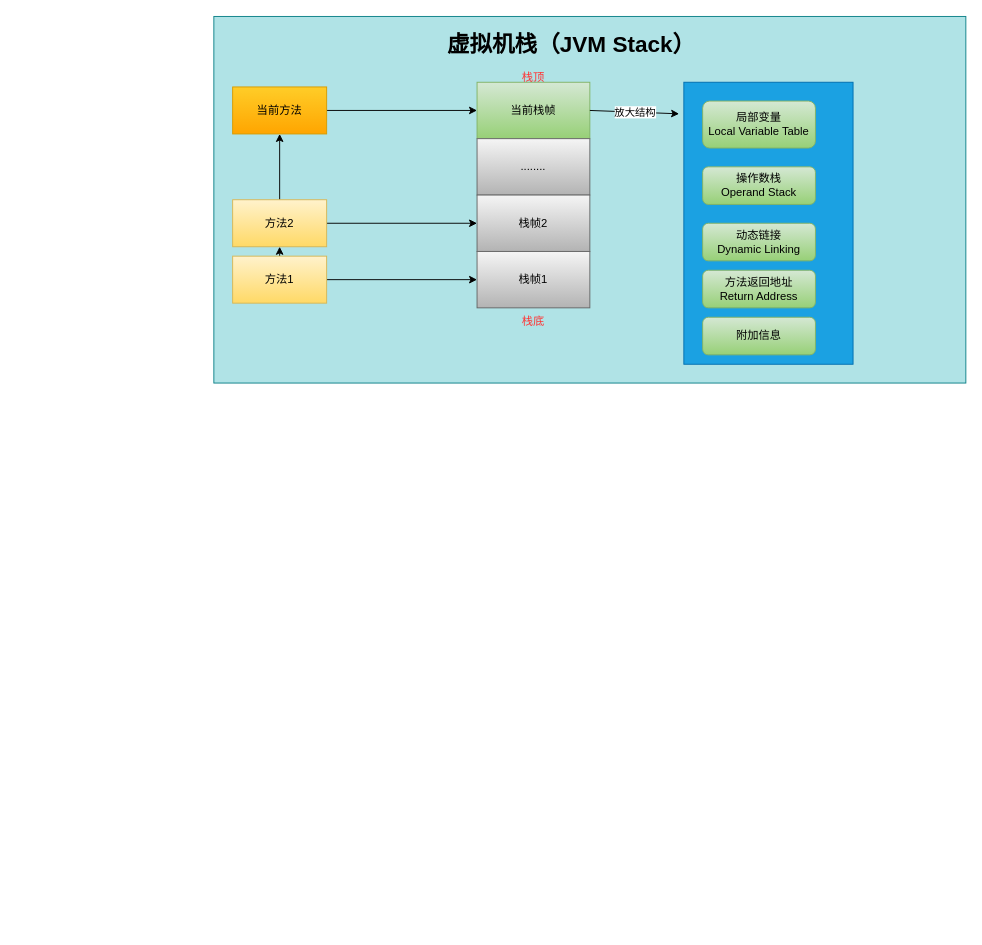
The draw.io diagram 虚拟机栈.drawio in linbingxing/mind, before the edit. Source tidied: cells renumbered, new cells numbered last; positions are measured from the earlier drawing's top-left corner, leaving out a move shared by most shapes. Both pictures are drawn from the tidied source at 94%, with x=0, y=0 at pixel (213, 16).
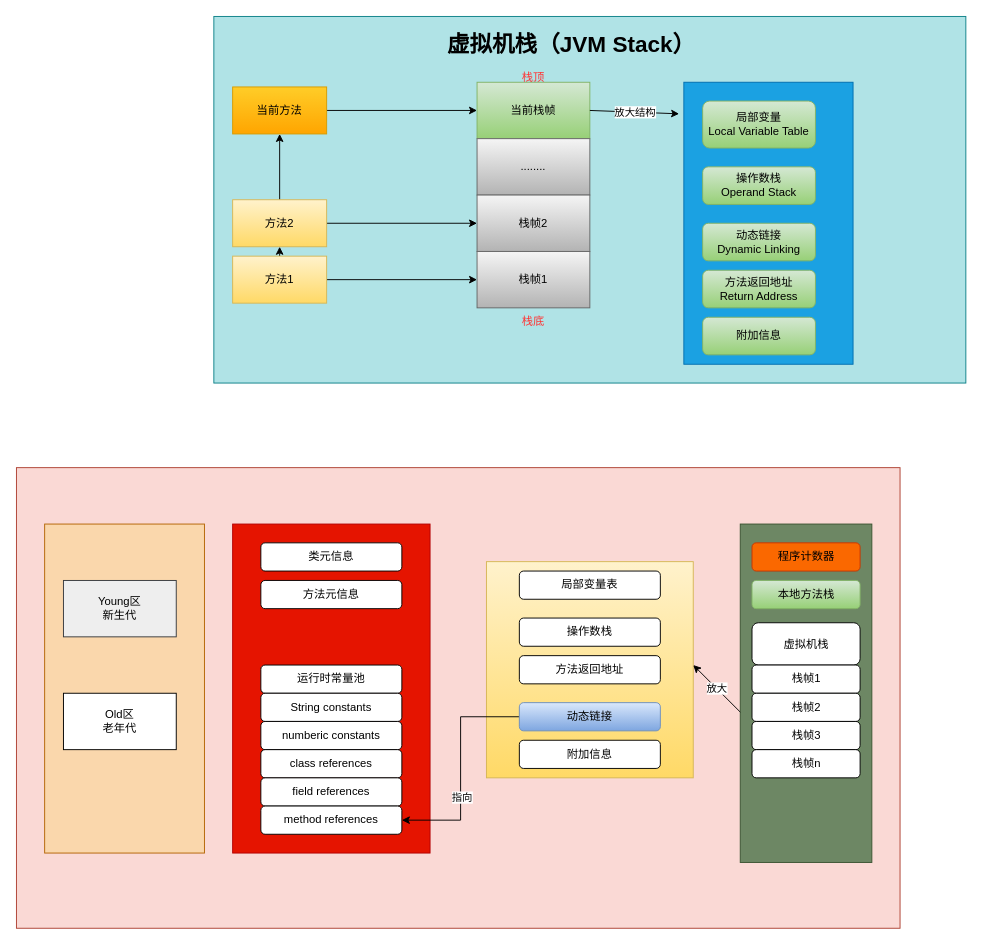
After the change.

Commit message:
更新虚拟机栈.drawio

Diff of the diagram source:
```diff
@@
+    <mxCell id="25" style="rounded=0;whiteSpace=wrap;html=1;fillColor=#fad9d5;strokeColor=#ae4132;" parent="1" vertex="1">
+      <mxGeometry x="-210" y="480" width="940" height="490" as="geometry" />
+    </mxCell>
+    <mxCell id="26" style="rounded=0;whiteSpace=wrap;html=1;fillColor=#fad7ac;strokeColor=#b46504;" parent="1" vertex="1">
+      <mxGeometry x="-180" y="540" width="170" height="350" as="geometry" />
+    </mxCell>
+    <mxCell id="27" value="Young区&lt;br&gt;新生代" style="rounded=0;whiteSpace=wrap;html=1;fillColor=#eeeeee;strokeColor=#36393d;" parent="1" vertex="1">
+      <mxGeometry x="-160" y="600" width="120" height="60" as="geometry" />
+    </mxCell>
+    <mxCell id="28" value="Old区&lt;br&gt;老年代" style="rounded=0;whiteSpace=wrap;html=1;" parent="1" vertex="1">
+      <mxGeometry x="-160" y="720" width="120" height="60" as="geometry" />
+    </mxCell>
+    <mxCell id="29" style="rounded=0;whiteSpace=wrap;html=1;fontColor=#ffffff;fillColor=#e51400;strokeColor=#B20000;" parent="1" vertex="1">
+      <mxGeometry x="20" y="540" width="210" height="350" as="geometry" />
+    </mxCell>
+    <mxCell id="30" style="rounded=0;whiteSpace=wrap;html=1;fillColor=#fff2cc;gradientColor=#ffd966;strokeColor=#d6b656;" parent="1" vertex="1">
+      <mxGeometry x="290" y="580" width="220" height="230" as="geometry" />
+    </mxCell>
+    <mxCell id="31" style="rounded=0;whiteSpace=wrap;html=1;fontColor=#ffffff;fillColor=#6d8764;strokeColor=#3A5431;" parent="1" vertex="1">
+      <mxGeometry x="560" y="540" width="140" height="360" as="geometry" />
+    </mxCell>
+    <mxCell id="32" value="类元信息" style="rounded=1;whiteSpace=wrap;html=1;fontColor=#000000;" parent="1" vertex="1">
+      <mxGeometry x="50" y="560" width="150" height="30" as="geometry" />
+    </mxCell>
+    <mxCell id="33" value="方法元信息" style="rounded=1;whiteSpace=wrap;html=1;fontColor=#000000;" parent="1" vertex="1">
+      <mxGeometry x="50" y="600" width="150" height="30" as="geometry" />
+    </mxCell>
+    <mxCell id="34" value="运行时常量池" style="rounded=1;whiteSpace=wrap;html=1;fontColor=#000000;" parent="1" vertex="1">
+      <mxGeometry x="50" y="690" width="150" height="30" as="geometry" />
+    </mxCell>
+    <mxCell id="35" value="String constants" style="rounded=1;whiteSpace=wrap;html=1;fontColor=#000000;" parent="1" vertex="1">
+      <mxGeometry x="50" y="720" width="150" height="30" as="geometry" />
+    </mxCell>
+    <mxCell id="36" value="numberic constants" style="rounded=1;whiteSpace=wrap;html=1;fontColor=#000000;" parent="1" vertex="1">
+      <mxGeometry x="50" y="750" width="150" height="30" as="geometry" />
+    </mxCell>
+    <mxCell id="37" value="class references" style="rounded=1;whiteSpace=wrap;html=1;fontColor=#000000;" parent="1" vertex="1">
+      <mxGeometry x="50" y="780" width="150" height="30" as="geometry" />
+    </mxCell>
+    <mxCell id="38" value="field references" style="rounded=1;whiteSpace=wrap;html=1;fontColor=#000000;" parent="1" vertex="1">
+      <mxGeometry x="50" y="810" width="150" height="30" as="geometry" />
+    </mxCell>
+    <mxCell id="39" value="method references" style="rounded=1;whiteSpace=wrap;html=1;fontColor=#000000;" parent="1" vertex="1">
+      <mxGeometry x="50" y="840" width="150" height="30" as="geometry" />
+    </mxCell>
+    <mxCell id="40" value="局部变量表" style="rounded=1;whiteSpace=wrap;html=1;fontColor=#000000;" parent="1" vertex="1">
+      <mxGeometry x="325" y="590" width="150" height="30" as="geometry" />
+    </mxCell>
+    <mxCell id="41" value="操作数栈" style="rounded=1;whiteSpace=wrap;html=1;fontColor=#000000;" parent="1" vertex="1">
+      <mxGeometry x="325" y="640" width="150" height="30" as="geometry" />
+    </mxCell>
+    <mxCell id="42" value="方法返回地址" style="rounded=1;whiteSpace=wrap;html=1;fontColor=#000000;" parent="1" vertex="1">
+      <mxGeometry x="325" y="680" width="150" height="30" as="geometry" />
+    </mxCell>
+    <mxCell id="43" style="edgeStyle=orthogonalEdgeStyle;rounded=0;jettySize=auto;html=1;exitX=0;exitY=0.5;exitDx=0;exitDy=0;entryX=1;entryY=0.5;entryDx=0;entryDy=0;fontColor=#000000;" parent="1" edge="1" source="45" target="39">
+      <mxGeometry relative="1" as="geometry" />
+    </mxCell>
+    <mxCell id="44" value="指向" style="edgeLabel;html=1;align=center;verticalAlign=middle;fontColor=#000000;" parent="43" vertex="1">
+      <mxGeometry x="0.25" y="1" relative="1" as="geometry">
+        <mxPoint y="1" as="offset" />
+      </mxGeometry>
+    </mxCell>
+    <mxCell id="45" value="动态链接" style="rounded=1;whiteSpace=wrap;html=1;fillColor=#dae8fc;gradientColor=#7ea6e0;strokeColor=#6c8ebf;" parent="1" vertex="1">
+      <mxGeometry x="325" y="730" width="150" height="30" as="geometry" />
+    </mxCell>
+    <mxCell id="46" value="附加信息" style="rounded=1;whiteSpace=wrap;html=1;fontColor=#000000;" parent="1" vertex="1">
+      <mxGeometry x="325" y="770" width="150" height="30" as="geometry" />
+    </mxCell>
+    <mxCell id="47" value="程序计数器" style="rounded=1;whiteSpace=wrap;html=1;fontColor=#000000;fillColor=#fa6800;strokeColor=#C73500;" parent="1" vertex="1">
+      <mxGeometry x="572.5" y="560" width="115" height="30" as="geometry" />
+    </mxCell>
+    <mxCell id="48" value="本地方法栈" style="rounded=1;whiteSpace=wrap;html=1;fillColor=#d5e8d4;gradientColor=#97d077;strokeColor=#82b366;" parent="1" vertex="1">
+      <mxGeometry x="572.5" y="600" width="115" height="30" as="geometry" />
+    </mxCell>
+    <mxCell id="49" value="虚拟机栈" style="rounded=1;whiteSpace=wrap;html=1;fontColor=#000000;" parent="1" vertex="1">
+      <mxGeometry x="572.5" y="645" width="115" height="45" as="geometry" />
+    </mxCell>
+    <mxCell id="50" value="栈帧1" style="rounded=1;whiteSpace=wrap;html=1;fontColor=#000000;" parent="1" vertex="1">
+      <mxGeometry x="572.5" y="690" width="115" height="30" as="geometry" />
+    </mxCell>
+    <mxCell id="51" value="栈帧2" style="rounded=1;whiteSpace=wrap;html=1;fontColor=#000000;" parent="1" vertex="1">
+      <mxGeometry x="572.5" y="720" width="115" height="30" as="geometry" />
+    </mxCell>
+    <mxCell id="52" value="栈帧3" style="rounded=1;whiteSpace=wrap;html=1;fontColor=#000000;" parent="1" vertex="1">
+      <mxGeometry x="572.5" y="750" width="115" height="30" as="geometry" />
+    </mxCell>
+    <mxCell id="53" value="栈帧n" style="rounded=1;whiteSpace=wrap;html=1;fontColor=#000000;" parent="1" vertex="1">
+      <mxGeometry x="572.5" y="780" width="115" height="30" as="geometry" />
+    </mxCell>
+    <mxCell id="54" value="放大" style="endArrow=classic;html=1;rounded=0;fontColor=#000000;" parent="1" edge="1">
+      <mxGeometry relative="1" as="geometry">
+        <mxPoint x="560" y="740" as="sourcePoint" />
+        <mxPoint x="510" y="690" as="targetPoint" />
+        <Array as="points">
+          <mxPoint x="540" y="720" />
+        </Array>
+      </mxGeometry>
+    </mxCell>
```
